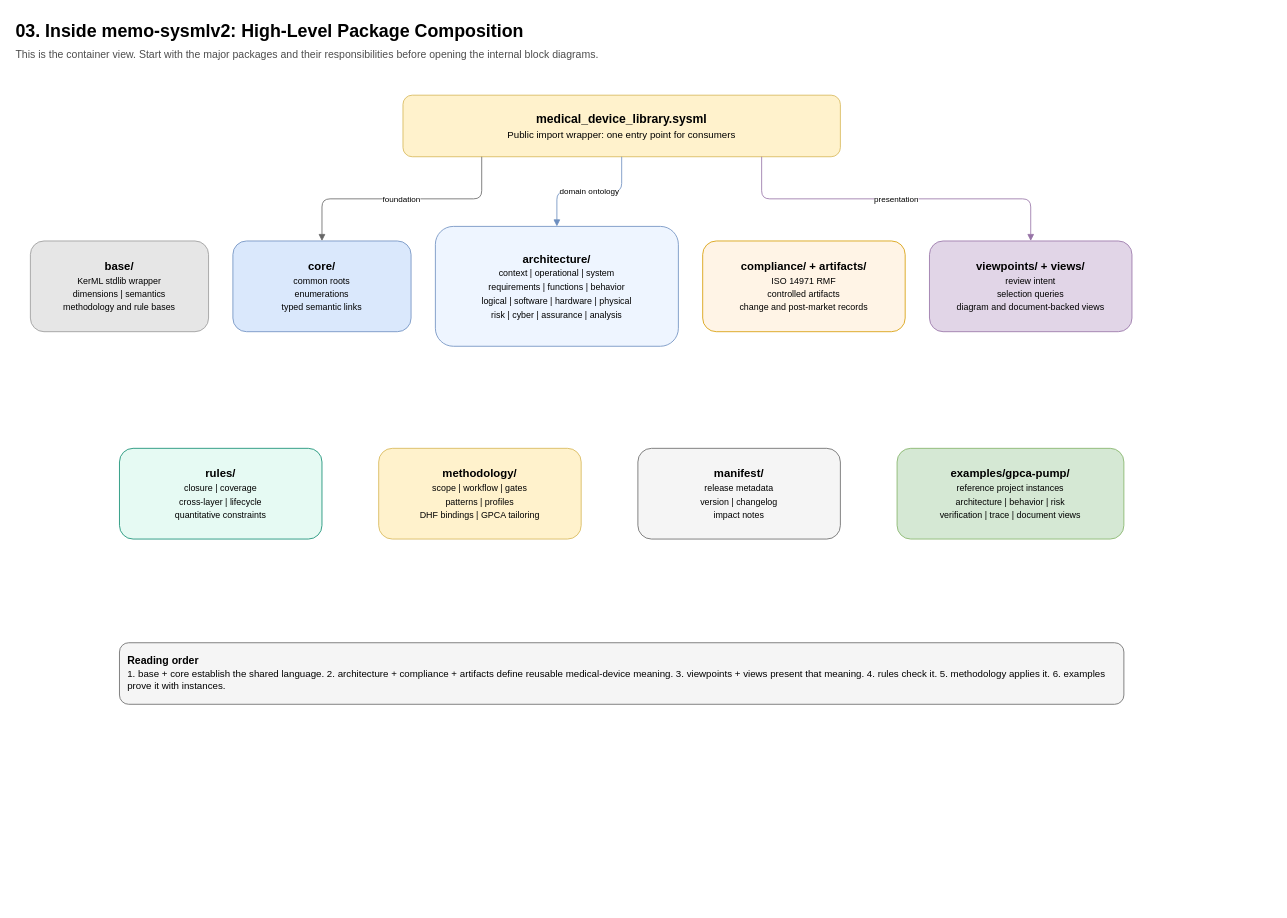
Earlier version of the draw.io diagram page "03-package-composition" (3 of 16) of docs/src/diagrams/ontology-medical-device-hierarchy.drawio (memoarchitect/memo-architect). Source tidied: cells renumbered, new cells numbered last; positions are measured from the earlier drawing's top-left corner, leaving out a move shared by most shapes. Both pictures are drawn from the tidied source at 81%, with x=0, y=0 at pixel (14, 15).
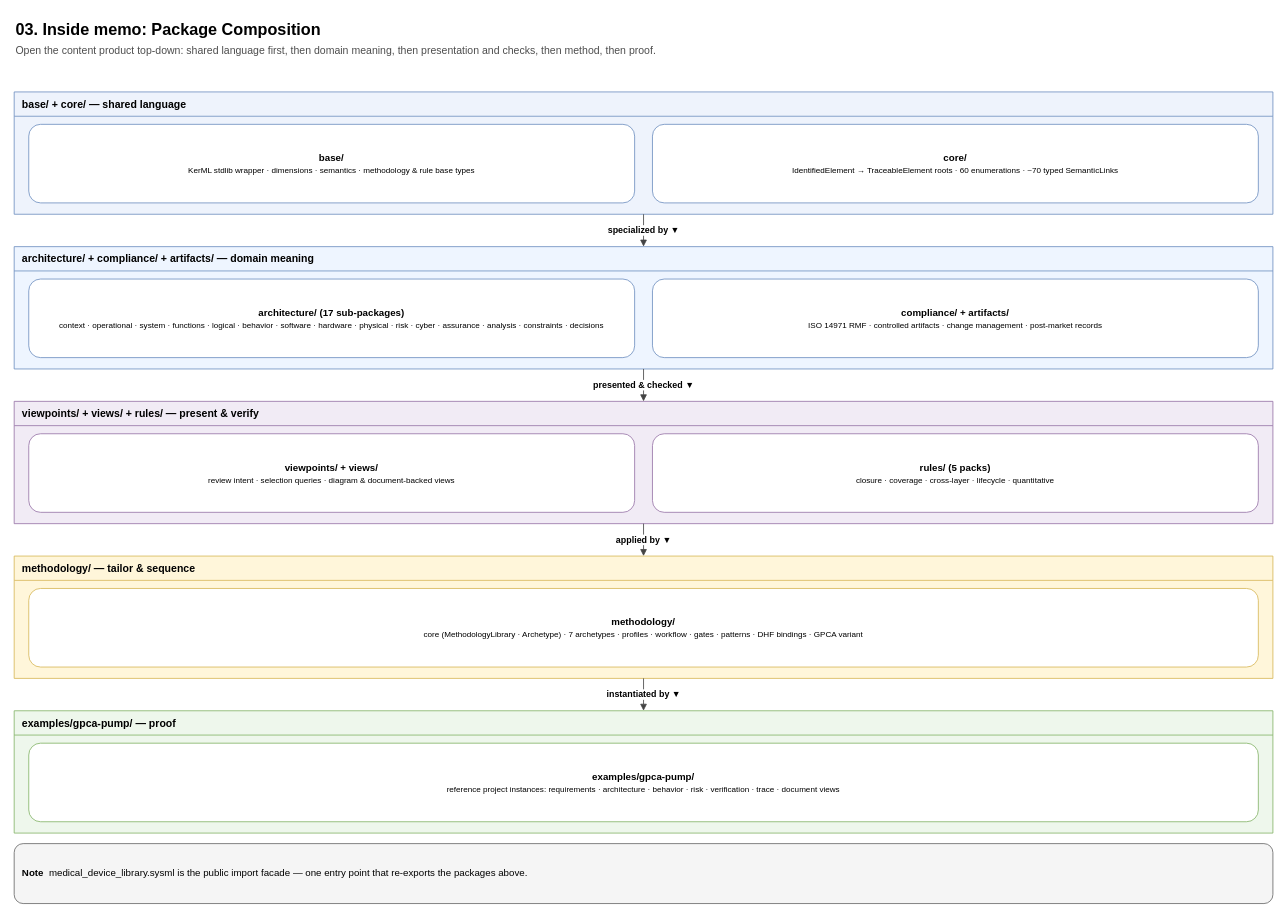
The same page after the edit.

Commit message (it also covers changes not shown here):
Regenerate ontology hierarchy diagram top-down; add generator

What changed in the source:
```diff
@@
-    <mxCell id="2" value="&lt;b&gt;03. Inside memo-sysmlv2: High-Level Package Composition&lt;/b&gt;&lt;br/&gt;&lt;font style=&quot;font-size:13px;color:#4d4d4d&quot;&gt;This is the container view. Start with the major packages and their responsibilities before opening the internal block diagrams.&lt;/font&gt;" style="text;html=1;strokeColor=none;fillColor=none;align=left;fontSize=22;" parent="1" vertex="1">
-      <mxGeometry width="1480" height="60" as="geometry" />
-    </mxCell>
-    <mxCell id="3" value="&lt;b&gt;medical_device_library.sysml&lt;/b&gt;&lt;br/&gt;&lt;font style=&quot;font-size:12px&quot;&gt;Public import wrapper: one entry point for consumers&lt;/font&gt;" style="rounded=1;whiteSpace=wrap;html=1;fillColor=#fff2cc;strokeColor=#d6b656;fontSize=15;" parent="1" vertex="1">
-      <mxGeometry x="480" y="98" width="540" height="76" as="geometry" />
-    </mxCell>
-    <mxCell id="4" value="&lt;b&gt;base/&lt;/b&gt;&lt;br/&gt;&lt;font style=&quot;font-size:11px&quot;&gt;KerML stdlib wrapper&lt;br/&gt;dimensions | semantics&lt;br/&gt;methodology and rule bases&lt;/font&gt;" style="rounded=1;whiteSpace=wrap;html=1;fillColor=#e6e6e6;strokeColor=#999999;fontSize=14;" parent="1" vertex="1">
-      <mxGeometry x="20" y="278" width="220" height="112" as="geometry" />
-    </mxCell>
-    <mxCell id="5" value="&lt;b&gt;core/&lt;/b&gt;&lt;br/&gt;&lt;font style=&quot;font-size:11px&quot;&gt;common roots&lt;br/&gt;enumerations&lt;br/&gt;typed semantic links&lt;/font&gt;" style="rounded=1;whiteSpace=wrap;html=1;fillColor=#dae8fc;strokeColor=#6c8ebf;fontSize=14;" parent="1" vertex="1">
-      <mxGeometry x="270" y="278" width="220" height="112" as="geometry" />
-    </mxCell>
-    <mxCell id="6" value="&lt;b&gt;architecture/&lt;/b&gt;&lt;br/&gt;&lt;font style=&quot;font-size:11px&quot;&gt;context | operational | system&lt;br/&gt;requirements | functions | behavior&lt;br/&gt;logical | software | hardware | physical&lt;br/&gt;risk | cyber | assurance | analysis&lt;/font&gt;" style="rounded=1;whiteSpace=wrap;html=1;fillColor=#eef5ff;strokeColor=#6c8ebf;fontSize=14;" parent="1" vertex="1">
-      <mxGeometry x="520" y="260" width="300" height="148" as="geometry" />
-    </mxCell>
-    <mxCell id="7" value="&lt;b&gt;compliance/ + artifacts/&lt;/b&gt;&lt;br/&gt;&lt;font style=&quot;font-size:11px&quot;&gt;ISO 14971 RMF&lt;br/&gt;controlled artifacts&lt;br/&gt;change and post-market records&lt;/font&gt;" style="rounded=1;whiteSpace=wrap;html=1;fillColor=#fff4e6;strokeColor=#d79b00;fontSize=14;" parent="1" vertex="1">
-      <mxGeometry x="850" y="278" width="250" height="112" as="geometry" />
-    </mxCell>
-    <mxCell id="8" value="&lt;b&gt;viewpoints/ + views/&lt;/b&gt;&lt;br/&gt;&lt;font style=&quot;font-size:11px&quot;&gt;review intent&lt;br/&gt;selection queries&lt;br/&gt;diagram and document-backed views&lt;/font&gt;" style="rounded=1;whiteSpace=wrap;html=1;fillColor=#e1d5e7;strokeColor=#9673a6;fontSize=14;" parent="1" vertex="1">
-      <mxGeometry x="1130" y="278" width="250" height="112" as="geometry" />
-    </mxCell>
-    <mxCell id="9" value="&lt;b&gt;rules/&lt;/b&gt;&lt;br/&gt;&lt;font style=&quot;font-size:11px&quot;&gt;closure | coverage&lt;br/&gt;cross-layer | lifecycle&lt;br/&gt;quantitative constraints&lt;/font&gt;" style="rounded=1;whiteSpace=wrap;html=1;fillColor=#e6faf3;strokeColor=#0d8b6f;fontSize=14;" parent="1" vertex="1">
-      <mxGeometry x="130" y="534" width="250" height="112" as="geometry" />
-    </mxCell>
-    <mxCell id="10" value="&lt;b&gt;methodology/&lt;/b&gt;&lt;br/&gt;&lt;font style=&quot;font-size:11px&quot;&gt;scope | workflow | gates&lt;br/&gt;patterns | profiles&lt;br/&gt;DHF bindings | GPCA tailoring&lt;/font&gt;" style="rounded=1;whiteSpace=wrap;html=1;fillColor=#fff2cc;strokeColor=#d6b656;fontSize=14;" parent="1" vertex="1">
-      <mxGeometry x="450" y="534" width="250" height="112" as="geometry" />
-    </mxCell>
-    <mxCell id="11" value="&lt;b&gt;manifest/&lt;/b&gt;&lt;br/&gt;&lt;font style=&quot;font-size:11px&quot;&gt;release metadata&lt;br/&gt;version | changelog&lt;br/&gt;impact notes&lt;/font&gt;" style="rounded=1;whiteSpace=wrap;html=1;fillColor=#f5f5f5;strokeColor=#666666;fontSize=14;" parent="1" vertex="1">
-      <mxGeometry x="770" y="534" width="250" height="112" as="geometry" />
-    </mxCell>
-    <mxCell id="12" value="&lt;b&gt;examples/gpca-pump/&lt;/b&gt;&lt;br/&gt;&lt;font style=&quot;font-size:11px&quot;&gt;reference project instances&lt;br/&gt;architecture | behavior | risk&lt;br/&gt;verification | trace | document views&lt;/font&gt;" style="rounded=1;whiteSpace=wrap;html=1;fillColor=#d5e8d4;strokeColor=#82b366;fontSize=14;" parent="1" vertex="1">
-      <mxGeometry x="1090" y="534" width="280" height="112" as="geometry" />
-    </mxCell>
-    <mxCell id="13" value="&lt;b&gt;Reading order&lt;/b&gt;&lt;br/&gt;&lt;font style=&quot;font-size:12px&quot;&gt;1. base + core establish the shared language.  2. architecture + compliance + artifacts define reusable medical-device meaning.  3. viewpoints + views present that meaning.  4. rules check it.  5. methodology applies it.  6. examples prove it with instances.&lt;/font&gt;" style="rounded=1;whiteSpace=wrap;html=1;fillColor=#f5f5f5;strokeColor=#666666;fontSize=13;align=left;spacing=10;" parent="1" vertex="1">
-      <mxGeometry x="130" y="774" width="1240" height="76" as="geometry" />
-    </mxCell>
-    <mxCell id="14" value="foundation" style="endArrow=block;html=1;edgeStyle=orthogonalEdgeStyle;rounded=1;exitX=0.18;exitY=1;entryX=0.5;entryY=0;strokeColor=#666666;fontSize=10;" parent="1" edge="1" source="3" target="5">
-      <mxGeometry relative="1" as="geometry" />
-    </mxCell>
-    <mxCell id="15" value="domain ontology" style="endArrow=block;html=1;edgeStyle=orthogonalEdgeStyle;rounded=1;exitX=0.5;exitY=1;entryX=0.5;entryY=0;strokeColor=#6c8ebf;fontSize=10;" parent="1" edge="1" source="3" target="6">
-      <mxGeometry relative="1" as="geometry" />
-    </mxCell>
-    <mxCell id="16" value="presentation" style="endArrow=block;html=1;edgeStyle=orthogonalEdgeStyle;rounded=1;exitX=0.82;exitY=1;entryX=0.5;entryY=0;strokeColor=#9673a6;fontSize=10;" parent="1" edge="1" source="3" target="8">
-      <mxGeometry relative="1" as="geometry" />
-    </mxCell>
+    <mxCell id="17" value="&lt;b&gt;03. Inside memo: Package Composition&lt;/b&gt;&lt;br/&gt;&lt;font style='font-size:13px;color:#4d4d4d'&gt;Open the content product top-down: shared language first, then domain meaning, then presentation and checks, then method, then proof.&lt;/font&gt;" style="text;html=1;strokeColor=none;fillColor=none;align=left;verticalAlign=top;fontSize=20;" parent="1" vertex="1">
+      <mxGeometry y="-2" width="1554" height="70" as="geometry" />
+    </mxCell>
+    <mxCell id="18" value="&lt;b&gt;base/  +  core/   — shared language&lt;/b&gt;" style="swimlane;startSize=30;html=1;fontStyle=1;align=left;fillColor=#eef3fc;strokeColor=#6c8ebf;fontSize=13;swimlaneFillColor=#eef3fc;spacingLeft=8;" parent="1" vertex="1">
+      <mxGeometry y="94" width="1554" height="151" as="geometry" />
+    </mxCell>
+    <mxCell id="19" value="&lt;b&gt;base/&lt;/b&gt;&lt;br/&gt;&lt;font style='font-size:10px'&gt;KerML stdlib wrapper · dimensions · semantics · methodology &amp; rule base types&lt;/font&gt;" style="rounded=1;whiteSpace=wrap;html=1;fillColor=#ffffff;strokeColor=#6c8ebf;fontSize=12;align=center;verticalAlign=middle;spacing=6;" parent="18" vertex="1">
+      <mxGeometry x="18" y="40" width="748" height="97" as="geometry" />
+    </mxCell>
+    <mxCell id="20" value="&lt;b&gt;core/&lt;/b&gt;&lt;br/&gt;&lt;font style='font-size:10px'&gt;IdentifiedElement → TraceableElement roots · 60 enumerations · ~70 typed SemanticLinks&lt;/font&gt;" style="rounded=1;whiteSpace=wrap;html=1;fillColor=#ffffff;strokeColor=#6c8ebf;fontSize=12;align=center;verticalAlign=middle;spacing=6;" parent="18" vertex="1">
+      <mxGeometry x="788" y="40" width="748" height="97" as="geometry" />
+    </mxCell>
+    <mxCell id="21" value="&lt;b&gt;architecture/  +  compliance/  +  artifacts/   — domain meaning&lt;/b&gt;" style="swimlane;startSize=30;html=1;fontStyle=1;align=left;fillColor=#eef5ff;strokeColor=#6c8ebf;fontSize=13;swimlaneFillColor=#eef5ff;spacingLeft=8;" parent="1" vertex="1">
+      <mxGeometry y="285" width="1554" height="151" as="geometry" />
+    </mxCell>
+    <mxCell id="22" value="&lt;b&gt;architecture/  (17 sub-packages)&lt;/b&gt;&lt;br/&gt;&lt;font style='font-size:10px'&gt;context · operational · system · functions · logical · behavior · software · hardware · physical · risk · cyber · assurance · analysis · constraints · decisions&lt;/font&gt;" style="rounded=1;whiteSpace=wrap;html=1;fillColor=#ffffff;strokeColor=#6c8ebf;fontSize=12;align=center;verticalAlign=middle;spacing=6;" parent="21" vertex="1">
+      <mxGeometry x="18" y="40" width="748" height="97" as="geometry" />
+    </mxCell>
+    <mxCell id="23" value="&lt;b&gt;compliance/  +  artifacts/&lt;/b&gt;&lt;br/&gt;&lt;font style='font-size:10px'&gt;ISO 14971 RMF · controlled artifacts · change management · post-market records&lt;/font&gt;" style="rounded=1;whiteSpace=wrap;html=1;fillColor=#ffffff;strokeColor=#6c8ebf;fontSize=12;align=center;verticalAlign=middle;spacing=6;" parent="21" vertex="1">
+      <mxGeometry x="788" y="40" width="748" height="97" as="geometry" />
+    </mxCell>
+    <mxCell id="24" value="&lt;b&gt;viewpoints/ + views/  +  rules/   — present &amp; verify&lt;/b&gt;" style="swimlane;startSize=30;html=1;fontStyle=1;align=left;fillColor=#f1ebf5;strokeColor=#9673a6;fontSize=13;swimlaneFillColor=#f1ebf5;spacingLeft=8;" parent="1" vertex="1">
+      <mxGeometry y="476" width="1554" height="151" as="geometry" />
+    </mxCell>
+    <mxCell id="25" value="&lt;b&gt;viewpoints/  +  views/&lt;/b&gt;&lt;br/&gt;&lt;font style='font-size:10px'&gt;review intent · selection queries · diagram &amp; document-backed views&lt;/font&gt;" style="rounded=1;whiteSpace=wrap;html=1;fillColor=#ffffff;strokeColor=#9673a6;fontSize=12;align=center;verticalAlign=middle;spacing=6;" parent="24" vertex="1">
+      <mxGeometry x="18" y="40" width="748" height="97" as="geometry" />
+    </mxCell>
+    <mxCell id="26" value="&lt;b&gt;rules/  (5 packs)&lt;/b&gt;&lt;br/&gt;&lt;font style='font-size:10px'&gt;closure · coverage · cross-layer · lifecycle · quantitative&lt;/font&gt;" style="rounded=1;whiteSpace=wrap;html=1;fillColor=#ffffff;strokeColor=#9673a6;fontSize=12;align=center;verticalAlign=middle;spacing=6;" parent="24" vertex="1">
+      <mxGeometry x="788" y="40" width="748" height="97" as="geometry" />
+    </mxCell>
+    <mxCell id="27" value="&lt;b&gt;methodology/   — tailor &amp; sequence&lt;/b&gt;" style="swimlane;startSize=30;html=1;fontStyle=1;align=left;fillColor=#fff6da;strokeColor=#d6b656;fontSize=13;swimlaneFillColor=#fff6da;spacingLeft=8;" parent="1" vertex="1">
+      <mxGeometry y="667" width="1554" height="151" as="geometry" />
+    </mxCell>
+    <mxCell id="28" value="&lt;b&gt;methodology/&lt;/b&gt;&lt;br/&gt;&lt;font style='font-size:10px'&gt;core (MethodologyLibrary · Archetype) · 7 archetypes · profiles · workflow · gates · patterns · DHF bindings · GPCA variant&lt;/font&gt;" style="rounded=1;whiteSpace=wrap;html=1;fillColor=#ffffff;strokeColor=#d6b656;fontSize=12;align=center;verticalAlign=middle;spacing=6;" parent="27" vertex="1">
+      <mxGeometry x="18" y="40" width="1518" height="97" as="geometry" />
+    </mxCell>
+    <mxCell id="29" value="&lt;b&gt;examples/gpca-pump/   — proof&lt;/b&gt;" style="swimlane;startSize=30;html=1;fontStyle=1;align=left;fillColor=#eef7ec;strokeColor=#82b366;fontSize=13;swimlaneFillColor=#eef7ec;spacingLeft=8;" parent="1" vertex="1">
+      <mxGeometry y="858" width="1554" height="151" as="geometry" />
+    </mxCell>
+    <mxCell id="30" value="&lt;b&gt;examples/gpca-pump/&lt;/b&gt;&lt;br/&gt;&lt;font style='font-size:10px'&gt;reference project instances: requirements · architecture · behavior · risk · verification · trace · document views&lt;/font&gt;" style="rounded=1;whiteSpace=wrap;html=1;fillColor=#ffffff;strokeColor=#82b366;fontSize=12;align=center;verticalAlign=middle;spacing=6;" parent="29" vertex="1">
+      <mxGeometry x="18" y="40" width="1518" height="97" as="geometry" />
+    </mxCell>
+    <mxCell id="31" value="specialized by  ▼" style="endArrow=block;endFill=1;html=1;edgeStyle=orthogonalEdgeStyle;rounded=1;exitX=0.5;exitY=1;entryX=0.5;entryY=0;strokeColor=#444444;fontSize=11;fontStyle=1;labelBackgroundColor=#ffffff;" parent="1" edge="1" source="18" target="21">
+      <mxGeometry relative="1" as="geometry" />
+    </mxCell>
+    <mxCell id="32" value="presented &amp; checked  ▼" style="endArrow=block;endFill=1;html=1;edgeStyle=orthogonalEdgeStyle;rounded=1;exitX=0.5;exitY=1;entryX=0.5;entryY=0;strokeColor=#444444;fontSize=11;fontStyle=1;labelBackgroundColor=#ffffff;" parent="1" edge="1" source="21" target="24">
+      <mxGeometry relative="1" as="geometry" />
+    </mxCell>
+    <mxCell id="33" value="applied by  ▼" style="endArrow=block;endFill=1;html=1;edgeStyle=orthogonalEdgeStyle;rounded=1;exitX=0.5;exitY=1;entryX=0.5;entryY=0;strokeColor=#444444;fontSize=11;fontStyle=1;labelBackgroundColor=#ffffff;" parent="1" edge="1" source="24" target="27">
+      <mxGeometry relative="1" as="geometry" />
+    </mxCell>
+    <mxCell id="34" value="instantiated by  ▼" style="endArrow=block;endFill=1;html=1;edgeStyle=orthogonalEdgeStyle;rounded=1;exitX=0.5;exitY=1;entryX=0.5;entryY=0;strokeColor=#444444;fontSize=11;fontStyle=1;labelBackgroundColor=#ffffff;" parent="1" edge="1" source="27" target="29">
+      <mxGeometry relative="1" as="geometry" />
+    </mxCell>
+    <mxCell id="35" value="&lt;b&gt;Note&lt;/b&gt;&amp;nbsp;&amp;nbsp;&lt;font style='font-size:12px'&gt;medical_device_library.sysml is the public import facade — one entry point that re-exports the packages above.&lt;/font&gt;" style="rounded=1;whiteSpace=wrap;html=1;fillColor=#f5f5f5;strokeColor=#666666;fontSize=12;align=left;verticalAlign=middle;spacing=10;" parent="1" vertex="1">
+      <mxGeometry y="1022" width="1554" height="74" as="geometry" />
+    </mxCell>
```
